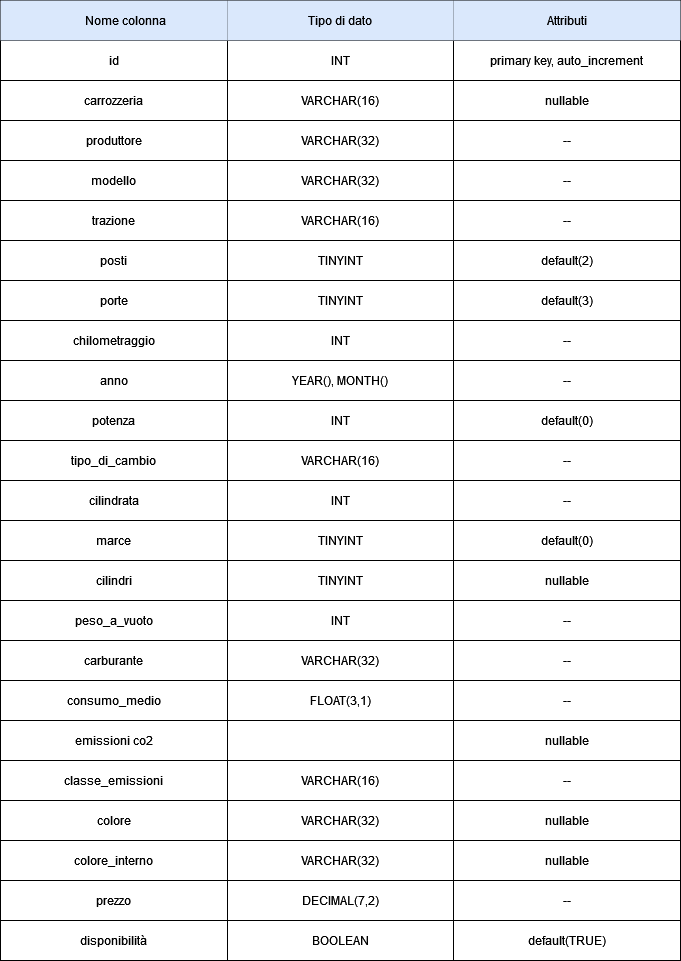
This is Tabella Auto Usate.drawio.png from Pepesalezucchero/db-first, a draw.io export, as it was before one commit. Source tidied: cells renumbered, new cells last; positions are measured from the earlier drawing's top-left corner, leaving out a move shared by most shapes.
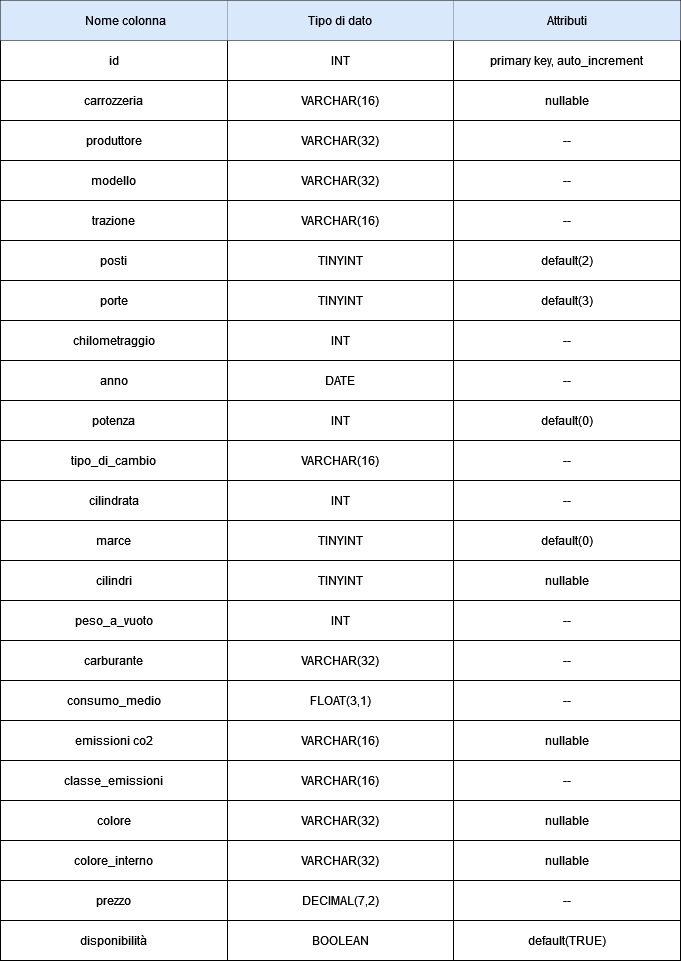
Above is the later version.

Commit message:
fix value in table

The edit, as a diff of the source:
```diff
@@ -119,7 +119,7 @@
     <mxCell id="40" value="anno" style="shape=partialRectangle;html=1;whiteSpace=wrap;strokeColor=inherit;overflow=hidden;fillColor=none;top=0;left=0;bottom=0;right=0;" parent="39" vertex="1">
       <mxGeometry width="227" height="40" as="geometry" />
     </mxCell>
-    <mxCell id="41" value="YEAR(), MONTH()" style="shape=partialRectangle;html=1;whiteSpace=wrap;strokeColor=inherit;overflow=hidden;fillColor=none;top=0;left=0;bottom=0;right=0;" parent="39" vertex="1">
+    <mxCell id="41" value="DATE" style="shape=partialRectangle;html=1;whiteSpace=wrap;strokeColor=inherit;overflow=hidden;fillColor=none;top=0;left=0;bottom=0;right=0;" parent="39" vertex="1">
       <mxGeometry x="227" width="226" height="40" as="geometry" />
     </mxCell>
     <mxCell id="42" value="--" style="shape=partialRectangle;html=1;whiteSpace=wrap;strokeColor=inherit;overflow=hidden;fillColor=none;top=0;left=0;bottom=0;right=0;" parent="39" vertex="1">
@@ -227,7 +227,7 @@
     <mxCell id="76" value="emissioni co2" style="shape=partialRectangle;html=1;whiteSpace=wrap;strokeColor=inherit;overflow=hidden;fillColor=none;top=0;left=0;bottom=0;right=0;" parent="75" vertex="1">
       <mxGeometry width="227" height="40" as="geometry" />
     </mxCell>
-    <mxCell id="77" style="shape=partialRectangle;html=1;whiteSpace=wrap;strokeColor=inherit;overflow=hidden;fillColor=none;top=0;left=0;bottom=0;right=0;" parent="75" vertex="1">
+    <mxCell id="77" value="VARCHAR(16)" style="shape=partialRectangle;html=1;whiteSpace=wrap;strokeColor=inherit;overflow=hidden;fillColor=none;top=0;left=0;bottom=0;right=0;" parent="75" vertex="1">
       <mxGeometry x="227" width="226" height="40" as="geometry" />
     </mxCell>
     <mxCell id="78" value="nullable" style="shape=partialRectangle;html=1;whiteSpace=wrap;strokeColor=inherit;overflow=hidden;fillColor=none;top=0;left=0;bottom=0;right=0;" parent="75" vertex="1">
```
